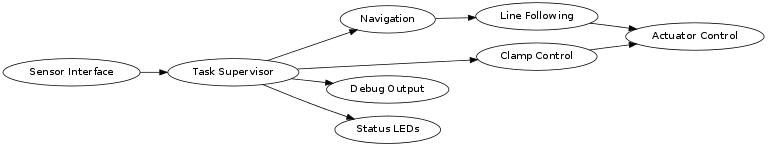
Before: misc/layout.png, a diagram exported from Graphviz (adamgreig/IDP). Its source is kept beside it as misc/layout.dot.
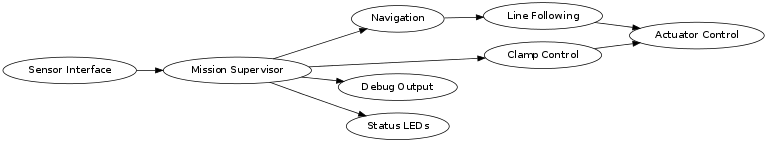
Later version of the same file.

Commit message:
Task Control -> Mission Supervisor

The edit, as a diff of the source:
```diff
@@ -1,12 +1,12 @@
 digraph layout {
     rankdir=LR;
     size="8,5"
-    "Sensor Interface" -> "Task Supervisor";
-    "Task Supervisor" -> "Navigation";
+    "Sensor Interface" -> "Mission Supervisor";
+    "Mission Supervisor" -> "Navigation";
     "Navigation" -> "Line Following";
     "Line Following" -> "Actuator Control";
-    "Task Supervisor" -> "Clamp Control";
+    "Mission Supervisor" -> "Clamp Control";
     "Clamp Control" -> "Actuator Control";
-    "Task Supervisor" -> "Debug Output";
-    "Task Supervisor" -> "Status LEDs";
+    "Mission Supervisor" -> "Debug Output";
+    "Mission Supervisor" -> "Status LEDs";
 }
```
